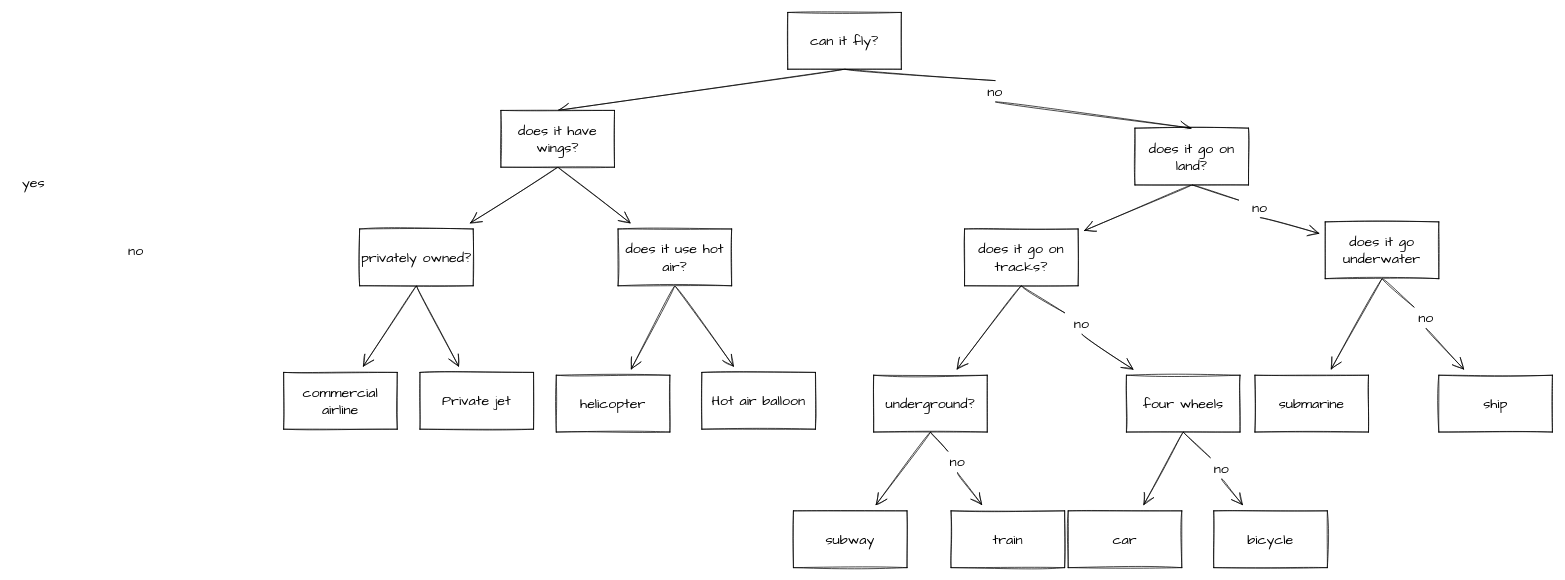
This is tree Diagram.drawio from dskleoshrw/get, a draw.io file, before an edit. Source tidied: cells renumbered, new cells numbered last; positions are measured from the earlier drawing's top-left corner, leaving out a move shared by most shapes. Both pictures are drawn from the tidied source at 71%, with x=0, y=0 at pixel (12, 12).
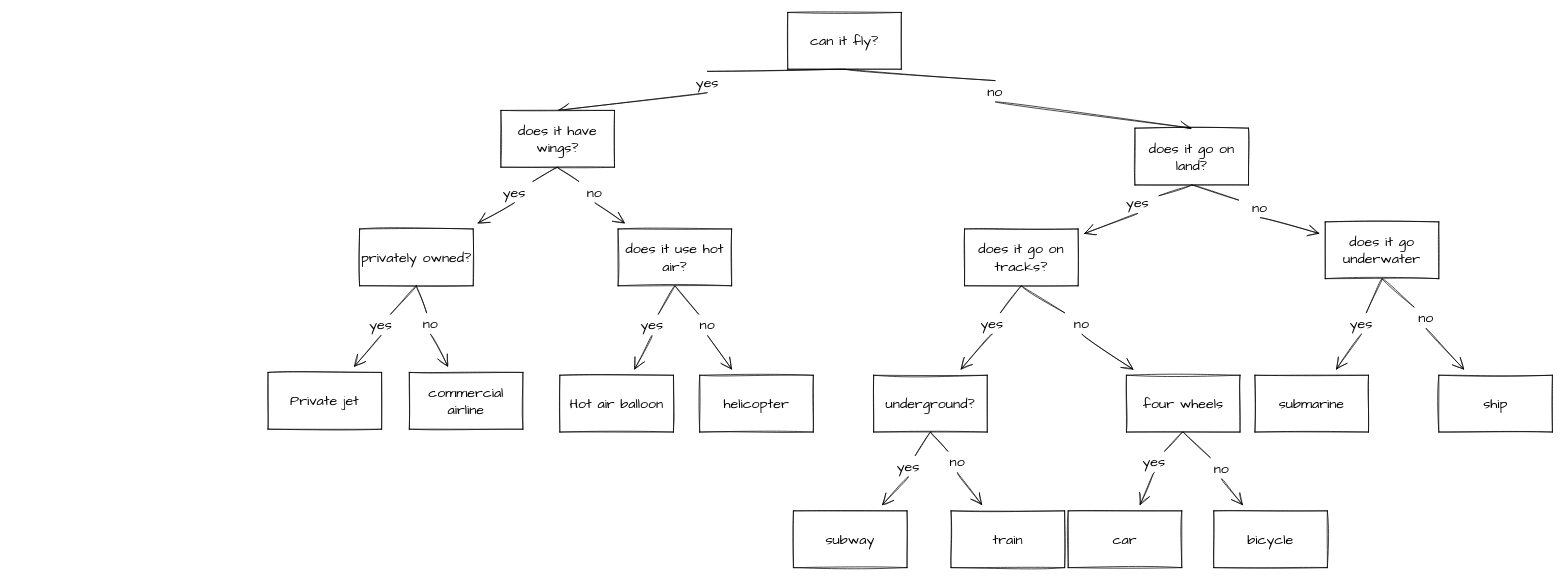
The same diagram, later.

Unchanged cells that the change refers to:
```xml
<mxCell id="4" value="can it fly?" style="rounded=0;whiteSpace=wrap;html=1;sketch=1;hachureGap=4;fontFamily=Architects Daughter;fontSize=20;" parent="1" vertex="1">
  <mxGeometry x="1092" width="160" height="80" as="geometry" />
</mxCell>
<mxCell id="7" value="does it go on land?" style="rounded=0;whiteSpace=wrap;html=1;sketch=1;hachureGap=4;fontFamily=Architects Daughter;fontSize=20;" parent="1" vertex="1">
  <mxGeometry x="1581" y="163" width="160" height="80" as="geometry" />
</mxCell>
<mxCell id="10" value="does it have wings?" style="rounded=0;whiteSpace=wrap;html=1;sketch=1;hachureGap=4;fontFamily=Architects Daughter;fontSize=20;" parent="1" vertex="1">
  <mxGeometry x="688" y="138" width="160" height="80" as="geometry" />
</mxCell>
<mxCell id="13" value="does it use hot air?" style="rounded=0;whiteSpace=wrap;html=1;sketch=1;hachureGap=4;fontFamily=Architects Daughter;fontSize=20;" parent="1" vertex="1">
  <mxGeometry x="853" y="305" width="160" height="80" as="geometry" />
</mxCell>
<mxCell id="18" value="privately owned?" style="rounded=0;whiteSpace=wrap;html=1;sketch=1;hachureGap=4;fontFamily=Architects Daughter;fontSize=20;" parent="1" vertex="1">
  <mxGeometry x="489" y="305" width="160" height="80" as="geometry" />
</mxCell>
<mxCell id="23" value="does it go underwater" style="rounded=0;whiteSpace=wrap;html=1;sketch=1;hachureGap=4;fontFamily=Architects Daughter;fontSize=20;" parent="1" vertex="1">
  <mxGeometry x="1849" y="295" width="160" height="80" as="geometry" />
</mxCell>
<mxCell id="25" value="submarine" style="rounded=0;whiteSpace=wrap;html=1;sketch=1;hachureGap=4;fontFamily=Architects Daughter;fontSize=20;" parent="1" vertex="1">
  <mxGeometry x="1750" y="511" width="160" height="80" as="geometry" />
</mxCell>
<mxCell id="28" value="does it go on tracks?" style="rounded=0;whiteSpace=wrap;html=1;sketch=1;hachureGap=4;fontFamily=Architects Daughter;fontSize=20;" parent="1" vertex="1">
  <mxGeometry x="1341" y="305" width="160" height="80" as="geometry" />
</mxCell>
<mxCell id="31" value="underground?" style="rounded=0;whiteSpace=wrap;html=1;sketch=1;hachureGap=4;fontFamily=Architects Daughter;fontSize=20;" parent="1" vertex="1">
  <mxGeometry x="1213" y="511" width="160" height="80" as="geometry" />
</mxCell>
<mxCell id="32" value="subway" style="rounded=0;whiteSpace=wrap;html=1;sketch=1;hachureGap=4;fontFamily=Architects Daughter;fontSize=20;" parent="1" vertex="1">
  <mxGeometry x="1100" y="702" width="160" height="80" as="geometry" />
</mxCell>
<mxCell id="36" value="four wheels" style="rounded=0;whiteSpace=wrap;html=1;sketch=1;hachureGap=4;fontFamily=Architects Daughter;fontSize=20;" parent="1" vertex="1">
  <mxGeometry x="1569" y="511" width="160" height="80" as="geometry" />
</mxCell>
<mxCell id="37" value="car" style="rounded=0;whiteSpace=wrap;html=1;sketch=1;hachureGap=4;fontFamily=Architects Daughter;fontSize=20;" parent="1" vertex="1">
  <mxGeometry x="1487" y="702" width="160" height="80" as="geometry" />
</mxCell>
```

Diff of the diagram source:
```diff
@@
-    <mxCell id="3" style="edgeStyle=none;curved=1;rounded=0;sketch=1;hachureGap=4;jettySize=auto;html=1;exitX=0.5;exitY=1;exitDx=0;exitDy=0;entryX=0.5;entryY=0;entryDx=0;entryDy=0;fontFamily=Architects Daughter;fontSize=16;endArrow=open;startSize=14;endSize=14;sourcePerimeterSpacing=8;targetPerimeterSpacing=8;" parent="1" edge="1" source="4" target="10">
+    <mxCell id="3" style="edgeStyle=none;curved=1;rounded=0;sketch=1;hachureGap=4;jettySize=auto;html=1;exitX=0.5;exitY=1;exitDx=0;exitDy=0;entryX=0.5;entryY=0;entryDx=0;entryDy=0;fontFamily=Architects Daughter;fontSize=16;endArrow=open;startSize=14;endSize=14;targetPerimeterSpacing=8;startArrow=none;" parent="1" edge="1" source="62" target="10">
       <mxGeometry relative="1" as="geometry" />
     </mxCell>
@@
-    <mxCell id="6" style="edgeStyle=none;curved=1;rounded=0;sketch=1;hachureGap=4;jettySize=auto;html=1;exitX=0.5;exitY=1;exitDx=0;exitDy=0;fontFamily=Architects Daughter;fontSize=16;endArrow=open;startSize=14;endSize=14;sourcePerimeterSpacing=8;targetPerimeterSpacing=8;" parent="1" edge="1" source="7" target="28">
+    <mxCell id="6" style="edgeStyle=none;curved=1;rounded=0;sketch=1;hachureGap=4;jettySize=auto;html=1;exitX=0.5;exitY=1;exitDx=0;exitDy=0;fontFamily=Architects Daughter;fontSize=16;endArrow=open;startSize=14;endSize=14;targetPerimeterSpacing=8;startArrow=none;" parent="1" edge="1" source="68" target="28">
       <mxGeometry relative="1" as="geometry" />
     </mxCell>
@@
-    <mxCell id="8" style="edgeStyle=none;curved=1;rounded=0;sketch=1;hachureGap=4;jettySize=auto;html=1;exitX=0.5;exitY=1;exitDx=0;exitDy=0;fontFamily=Architects Daughter;fontSize=16;endArrow=open;startSize=14;endSize=14;sourcePerimeterSpacing=8;targetPerimeterSpacing=8;" parent="1" edge="1" source="10" target="13">
+    <mxCell id="8" style="edgeStyle=none;curved=1;rounded=0;sketch=1;hachureGap=4;jettySize=auto;html=1;exitX=0.5;exitY=1;exitDx=0;exitDy=0;fontFamily=Architects Daughter;fontSize=16;endArrow=open;startSize=14;endSize=14;targetPerimeterSpacing=8;startArrow=none;" parent="1" edge="1" source="53" target="13">
       <mxGeometry relative="1" as="geometry" />
     </mxCell>
-    <mxCell id="9" style="edgeStyle=none;curved=1;rounded=0;sketch=1;hachureGap=4;jettySize=auto;html=1;exitX=0.5;exitY=1;exitDx=0;exitDy=0;fontFamily=Architects Daughter;fontSize=16;endArrow=open;startSize=14;endSize=14;sourcePerimeterSpacing=8;targetPerimeterSpacing=8;" parent="1" edge="1" source="10" target="18">
+    <mxCell id="9" style="edgeStyle=none;curved=1;rounded=0;sketch=1;hachureGap=4;jettySize=auto;html=1;exitX=0.5;exitY=1;exitDx=0;exitDy=0;fontFamily=Architects Daughter;fontSize=16;endArrow=open;startSize=14;endSize=14;targetPerimeterSpacing=8;startArrow=none;" parent="1" edge="1" source="60" target="18">
       <mxGeometry relative="1" as="geometry" />
     </mxCell>
@@
-    <mxCell id="11" style="edgeStyle=none;curved=1;rounded=0;sketch=1;hachureGap=4;jettySize=auto;html=1;exitX=0.5;exitY=1;exitDx=0;exitDy=0;fontFamily=Architects Daughter;fontSize=16;endArrow=open;startSize=14;endSize=14;sourcePerimeterSpacing=8;targetPerimeterSpacing=8;" parent="1" edge="1" source="13" target="14">
+    <mxCell id="11" style="edgeStyle=none;curved=1;rounded=0;sketch=1;hachureGap=4;jettySize=auto;html=1;exitX=0.5;exitY=1;exitDx=0;exitDy=0;fontFamily=Architects Daughter;fontSize=16;endArrow=open;startSize=14;endSize=14;targetPerimeterSpacing=8;startArrow=none;" parent="1" edge="1" source="64" target="14">
       <mxGeometry relative="1" as="geometry" />
     </mxCell>
-    <mxCell id="12" style="edgeStyle=none;curved=1;rounded=0;sketch=1;hachureGap=4;jettySize=auto;html=1;exitX=0.5;exitY=1;exitDx=0;exitDy=0;fontFamily=Architects Daughter;fontSize=16;endArrow=open;startSize=14;endSize=14;sourcePerimeterSpacing=8;targetPerimeterSpacing=8;" parent="1" edge="1" source="13" target="15">
+    <mxCell id="12" style="edgeStyle=none;curved=1;rounded=0;sketch=1;hachureGap=4;jettySize=auto;html=1;exitX=0.5;exitY=1;exitDx=0;exitDy=0;fontFamily=Architects Daughter;fontSize=16;endArrow=open;startSize=14;endSize=14;targetPerimeterSpacing=8;startArrow=none;" parent="1" edge="1" source="55" target="15">
       <mxGeometry relative="1" as="geometry" />
     </mxCell>
@@
     <mxCell id="14" value="Hot air balloon" style="rounded=0;whiteSpace=wrap;html=1;sketch=1;hachureGap=4;fontFamily=Architects Daughter;fontSize=20;" parent="1" vertex="1">
-      <mxGeometry x="971" y="507" width="160" height="80" as="geometry" />
+      <mxGeometry x="771" y="511" width="160" height="80" as="geometry" />
     </mxCell>
     <mxCell id="15" value="helicopter" style="rounded=0;whiteSpace=wrap;html=1;sketch=1;hachureGap=4;fontFamily=Architects Daughter;fontSize=20;" parent="1" vertex="1">
-      <mxGeometry x="766" y="511" width="160" height="80" as="geometry" />
+      <mxGeometry x="968" y="511" width="160" height="80" as="geometry" />
     </mxCell>
-    <mxCell id="16" style="edgeStyle=none;curved=1;rounded=0;sketch=1;hachureGap=4;jettySize=auto;html=1;exitX=0.5;exitY=1;exitDx=0;exitDy=0;fontFamily=Architects Daughter;fontSize=16;endArrow=open;startSize=14;endSize=14;sourcePerimeterSpacing=8;targetPerimeterSpacing=8;" parent="1" edge="1" source="18" target="19">
+    <mxCell id="16" style="edgeStyle=none;curved=1;rounded=0;sketch=1;hachureGap=4;jettySize=auto;html=1;exitX=0.5;exitY=1;exitDx=0;exitDy=0;fontFamily=Architects Daughter;fontSize=16;endArrow=open;startSize=14;endSize=14;targetPerimeterSpacing=8;startArrow=none;" parent="1" edge="1" source="48" target="19">
       <mxGeometry relative="1" as="geometry" />
     </mxCell>
-    <mxCell id="17" style="edgeStyle=none;curved=1;rounded=0;sketch=1;hachureGap=4;jettySize=auto;html=1;exitX=0.5;exitY=1;exitDx=0;exitDy=0;fontFamily=Architects Daughter;fontSize=16;endArrow=open;startSize=14;endSize=14;sourcePerimeterSpacing=8;targetPerimeterSpacing=8;" parent="1" edge="1" source="18" target="20">
+    <mxCell id="17" style="edgeStyle=none;curved=1;rounded=0;sketch=1;hachureGap=4;jettySize=auto;html=1;exitX=0.5;exitY=1;exitDx=0;exitDy=0;fontFamily=Architects Daughter;fontSize=16;endArrow=open;startSize=14;endSize=14;targetPerimeterSpacing=8;startArrow=none;" parent="1" edge="1" source="58" target="20">
       <mxGeometry relative="1" as="geometry" />
     </mxCell>
@@
     <mxCell id="19" value="commercial airline" style="rounded=0;whiteSpace=wrap;html=1;sketch=1;hachureGap=4;fontFamily=Architects Daughter;fontSize=20;" parent="1" vertex="1">
-      <mxGeometry x="382" y="507" width="160" height="80" as="geometry" />
+      <mxGeometry x="559" y="507" width="160" height="80" as="geometry" />
     </mxCell>
     <mxCell id="20" value="Private jet" style="rounded=0;whiteSpace=wrap;html=1;sketch=1;hachureGap=4;fontFamily=Architects Daughter;fontSize=20;" parent="1" vertex="1">
-      <mxGeometry x="574" y="507" width="160" height="80" as="geometry" />
+      <mxGeometry x="360" y="507" width="160" height="80" as="geometry" />
     </mxCell>
@@
-    <mxCell id="22" style="edgeStyle=none;curved=1;rounded=0;sketch=1;hachureGap=4;jettySize=auto;html=1;exitX=0.5;exitY=1;exitDx=0;exitDy=0;fontFamily=Architects Daughter;fontSize=16;endArrow=open;startSize=14;endSize=14;sourcePerimeterSpacing=8;targetPerimeterSpacing=8;" parent="1" edge="1" source="23" target="25">
+    <mxCell id="22" style="edgeStyle=none;curved=1;rounded=0;sketch=1;hachureGap=4;jettySize=auto;html=1;exitX=0.5;exitY=1;exitDx=0;exitDy=0;fontFamily=Architects Daughter;fontSize=16;endArrow=open;startSize=14;endSize=14;targetPerimeterSpacing=8;startArrow=none;" parent="1" edge="1" source="39" target="25">
       <mxGeometry relative="1" as="geometry" />
     </mxCell>
@@
-    <mxCell id="26" style="edgeStyle=none;curved=1;rounded=0;sketch=1;hachureGap=4;jettySize=auto;html=1;exitX=0.5;exitY=1;exitDx=0;exitDy=0;fontFamily=Architects Daughter;fontSize=16;endArrow=open;startSize=14;endSize=14;sourcePerimeterSpacing=8;targetPerimeterSpacing=8;" parent="1" edge="1" source="28" target="31">
+    <mxCell id="26" style="edgeStyle=none;curved=1;rounded=0;sketch=1;hachureGap=4;jettySize=auto;html=1;exitX=0.5;exitY=1;exitDx=0;exitDy=0;fontFamily=Architects Daughter;fontSize=16;endArrow=open;startSize=14;endSize=14;targetPerimeterSpacing=8;startArrow=none;" parent="1" edge="1" source="70" target="31">
       <mxGeometry relative="1" as="geometry" />
     </mxCell>
@@
-    <mxCell id="29" style="edgeStyle=none;curved=1;rounded=0;sketch=1;hachureGap=4;jettySize=auto;html=1;exitX=0.5;exitY=1;exitDx=0;exitDy=0;fontFamily=Architects Daughter;fontSize=16;endArrow=open;startSize=14;endSize=14;sourcePerimeterSpacing=8;targetPerimeterSpacing=8;" parent="1" edge="1" source="31" target="32">
+    <mxCell id="29" style="edgeStyle=none;curved=1;rounded=0;sketch=1;hachureGap=4;jettySize=auto;html=1;exitX=0.5;exitY=1;exitDx=0;exitDy=0;fontFamily=Architects Daughter;fontSize=16;endArrow=open;startSize=14;endSize=14;targetPerimeterSpacing=8;startArrow=none;" parent="1" edge="1" source="66" target="32">
       <mxGeometry relative="1" as="geometry" />
     </mxCell>
@@
-    <mxCell id="34" style="edgeStyle=none;curved=1;rounded=0;sketch=1;hachureGap=4;jettySize=auto;html=1;exitX=0.5;exitY=1;exitDx=0;exitDy=0;fontFamily=Architects Daughter;fontSize=16;endArrow=open;startSize=14;endSize=14;sourcePerimeterSpacing=8;targetPerimeterSpacing=8;" parent="1" edge="1" source="36" target="37">
+    <mxCell id="34" style="edgeStyle=none;curved=1;rounded=0;sketch=1;hachureGap=4;jettySize=auto;html=1;exitX=0.5;exitY=1;exitDx=0;exitDy=0;fontFamily=Architects Daughter;fontSize=16;endArrow=open;startSize=14;endSize=14;targetPerimeterSpacing=8;startArrow=none;" parent="1" edge="1" source="72" target="37">
       <mxGeometry relative="1" as="geometry" />
     </mxCell>
@@
-    <mxCell id="39" value="yes" style="text;strokeColor=none;fillColor=none;html=1;align=center;verticalAlign=middle;whiteSpace=wrap;rounded=0;sketch=1;hachureGap=4;fontFamily=Architects Daughter;fontSize=20;" parent="1" vertex="1">
-      <mxGeometry y="224" width="60" height="30" as="geometry" />
-    </mxCell>
@@
-    <mxCell id="48" value="no" style="text;strokeColor=none;fillColor=none;html=1;align=center;verticalAlign=middle;whiteSpace=wrap;rounded=0;sketch=1;hachureGap=4;fontFamily=Architects Daughter;fontSize=20;" parent="1" vertex="1">
-      <mxGeometry x="144" y="320" width="60" height="30" as="geometry" />
-    </mxCell>
@@
+    <mxCell id="53" value="no" style="text;strokeColor=none;fillColor=none;html=1;align=center;verticalAlign=middle;whiteSpace=wrap;rounded=0;sketch=1;hachureGap=4;fontFamily=Architects Daughter;fontSize=20;" parent="1" vertex="1">
+      <mxGeometry x="790" y="238" width="60" height="30" as="geometry" />
+    </mxCell>
+    <mxCell id="54" style="edgeStyle=none;curved=1;rounded=0;sketch=1;hachureGap=4;jettySize=auto;html=1;exitX=0.5;exitY=1;exitDx=0;exitDy=0;fontFamily=Architects Daughter;fontSize=16;endArrow=none;startSize=14;endSize=14;sourcePerimeterSpacing=8;" parent="1" edge="1" source="10" target="53">
+      <mxGeometry relative="1" as="geometry" />
+    </mxCell>
+    <mxCell id="55" value="no" style="text;strokeColor=none;fillColor=none;html=1;align=center;verticalAlign=middle;whiteSpace=wrap;rounded=0;sketch=1;hachureGap=4;fontFamily=Architects Daughter;fontSize=20;" parent="1" vertex="1">
+      <mxGeometry x="949" y="425" width="60" height="30" as="geometry" />
+    </mxCell>
+    <mxCell id="56" style="edgeStyle=none;curved=1;rounded=0;sketch=1;hachureGap=4;jettySize=auto;html=1;exitX=0.5;exitY=1;exitDx=0;exitDy=0;fontFamily=Architects Daughter;fontSize=16;endArrow=none;startSize=14;endSize=14;sourcePerimeterSpacing=8;" parent="1" edge="1" source="13" target="55">
+      <mxGeometry relative="1" as="geometry" />
+    </mxCell>
+    <mxCell id="48" value="no" style="text;strokeColor=none;fillColor=none;html=1;align=center;verticalAlign=middle;whiteSpace=wrap;rounded=0;sketch=1;hachureGap=4;fontFamily=Architects Daughter;fontSize=20;" parent="1" vertex="1">
+      <mxGeometry x="559" y="423" width="60" height="30" as="geometry" />
+    </mxCell>
+    <mxCell id="57" style="edgeStyle=none;curved=1;rounded=0;sketch=1;hachureGap=4;jettySize=auto;html=1;exitX=0.5;exitY=1;exitDx=0;exitDy=0;fontFamily=Architects Daughter;fontSize=16;endArrow=none;startSize=14;endSize=14;sourcePerimeterSpacing=8;" parent="1" edge="1" source="18" target="48">
+      <mxGeometry relative="1" as="geometry" />
+    </mxCell>
+    <mxCell id="58" value="yes" style="text;strokeColor=none;fillColor=none;html=1;align=center;verticalAlign=middle;whiteSpace=wrap;rounded=0;sketch=1;hachureGap=4;fontFamily=Architects Daughter;fontSize=20;" parent="1" vertex="1">
+      <mxGeometry x="489" y="425" width="60" height="30" as="geometry" />
+    </mxCell>
+    <mxCell id="59" style="edgeStyle=none;curved=1;rounded=0;sketch=1;hachureGap=4;jettySize=auto;html=1;exitX=0.5;exitY=1;exitDx=0;exitDy=0;fontFamily=Architects Daughter;fontSize=16;endArrow=none;startSize=14;endSize=14;sourcePerimeterSpacing=8;" parent="1" edge="1" source="18" target="58">
+      <mxGeometry relative="1" as="geometry" />
+    </mxCell>
+    <mxCell id="60" value="yes" style="text;strokeColor=none;fillColor=none;html=1;align=center;verticalAlign=middle;whiteSpace=wrap;rounded=0;sketch=1;hachureGap=4;fontFamily=Architects Daughter;fontSize=20;" parent="1" vertex="1">
+      <mxGeometry x="677" y="238" width="60" height="30" as="geometry" />
+    </mxCell>
+    <mxCell id="61" style="edgeStyle=none;curved=1;rounded=0;sketch=1;hachureGap=4;jettySize=auto;html=1;exitX=0.5;exitY=1;exitDx=0;exitDy=0;fontFamily=Architects Daughter;fontSize=16;endArrow=none;startSize=14;endSize=14;sourcePerimeterSpacing=8;" parent="1" edge="1" source="10" target="60">
+      <mxGeometry relative="1" as="geometry" />
+    </mxCell>
+    <mxCell id="62" value="yes" style="text;strokeColor=none;fillColor=none;html=1;align=center;verticalAlign=middle;whiteSpace=wrap;rounded=0;sketch=1;hachureGap=4;fontFamily=Architects Daughter;fontSize=20;" parent="1" vertex="1">
+      <mxGeometry x="949" y="83" width="60" height="30" as="geometry" />
+    </mxCell>
+    <mxCell id="63" style="edgeStyle=none;curved=1;rounded=0;sketch=1;hachureGap=4;jettySize=auto;html=1;exitX=0.5;exitY=1;exitDx=0;exitDy=0;entryX=0.5;entryY=0;entryDx=0;entryDy=0;fontFamily=Architects Daughter;fontSize=16;endArrow=none;startSize=14;endSize=14;sourcePerimeterSpacing=8;" parent="1" edge="1" source="4" target="62">
+      <mxGeometry relative="1" as="geometry" />
+    </mxCell>
+    <mxCell id="64" value="yes" style="text;strokeColor=none;fillColor=none;html=1;align=center;verticalAlign=middle;whiteSpace=wrap;rounded=0;sketch=1;hachureGap=4;fontFamily=Architects Daughter;fontSize=20;" parent="1" vertex="1">
+      <mxGeometry x="871" y="425" width="60" height="30" as="geometry" />
+    </mxCell>
+    <mxCell id="65" style="edgeStyle=none;curved=1;rounded=0;sketch=1;hachureGap=4;jettySize=auto;html=1;exitX=0.5;exitY=1;exitDx=0;exitDy=0;fontFamily=Architects Daughter;fontSize=16;endArrow=none;startSize=14;endSize=14;sourcePerimeterSpacing=8;" parent="1" edge="1" source="13" target="64">
+      <mxGeometry relative="1" as="geometry" />
+    </mxCell>
+    <mxCell id="66" value="yes" style="text;strokeColor=none;fillColor=none;html=1;align=center;verticalAlign=middle;whiteSpace=wrap;rounded=0;sketch=1;hachureGap=4;fontFamily=Architects Daughter;fontSize=20;" parent="1" vertex="1">
+      <mxGeometry x="1232" y="624" width="60" height="30" as="geometry" />
+    </mxCell>
+    <mxCell id="67" style="edgeStyle=none;curved=1;rounded=0;sketch=1;hachureGap=4;jettySize=auto;html=1;exitX=0.5;exitY=1;exitDx=0;exitDy=0;fontFamily=Architects Daughter;fontSize=16;endArrow=none;startSize=14;endSize=14;sourcePerimeterSpacing=8;" parent="1" edge="1" source="31" target="66">
+      <mxGeometry relative="1" as="geometry" />
+    </mxCell>
+    <mxCell id="68" value="yes" style="text;strokeColor=none;fillColor=none;html=1;align=center;verticalAlign=middle;whiteSpace=wrap;rounded=0;sketch=1;hachureGap=4;fontFamily=Architects Daughter;fontSize=20;" parent="1" vertex="1">
+      <mxGeometry x="1555" y="253" width="60" height="30" as="geometry" />
+    </mxCell>
+    <mxCell id="69" style="edgeStyle=none;curved=1;rounded=0;sketch=1;hachureGap=4;jettySize=auto;html=1;exitX=0.5;exitY=1;exitDx=0;exitDy=0;fontFamily=Architects Daughter;fontSize=16;endArrow=none;startSize=14;endSize=14;sourcePerimeterSpacing=8;" parent="1" edge="1" source="7" target="68">
+      <mxGeometry relative="1" as="geometry" />
+    </mxCell>
+    <mxCell id="70" value="yes" style="text;strokeColor=none;fillColor=none;html=1;align=center;verticalAlign=middle;whiteSpace=wrap;rounded=0;sketch=1;hachureGap=4;fontFamily=Architects Daughter;fontSize=20;" parent="1" vertex="1">
+      <mxGeometry x="1350" y="423" width="60" height="30" as="geometry" />
+    </mxCell>
+    <mxCell id="71" style="edgeStyle=none;curved=1;rounded=0;sketch=1;hachureGap=4;jettySize=auto;html=1;exitX=0.5;exitY=1;exitDx=0;exitDy=0;fontFamily=Architects Daughter;fontSize=16;endArrow=none;startSize=14;endSize=14;sourcePerimeterSpacing=8;" parent="1" edge="1" source="28" target="70">
+      <mxGeometry relative="1" as="geometry" />
+    </mxCell>
+    <mxCell id="72" value="yes" style="text;strokeColor=none;fillColor=none;html=1;align=center;verticalAlign=middle;whiteSpace=wrap;rounded=0;sketch=1;hachureGap=4;fontFamily=Architects Daughter;fontSize=20;" parent="1" vertex="1">
+      <mxGeometry x="1578" y="618" width="60" height="30" as="geometry" />
+    </mxCell>
+    <mxCell id="73" style="edgeStyle=none;curved=1;rounded=0;sketch=1;hachureGap=4;jettySize=auto;html=1;exitX=0.5;exitY=1;exitDx=0;exitDy=0;fontFamily=Architects Daughter;fontSize=16;endArrow=none;startSize=14;endSize=14;sourcePerimeterSpacing=8;" parent="1" edge="1" source="36" target="72">
+      <mxGeometry relative="1" as="geometry" />
+    </mxCell>
+    <mxCell id="39" value="yes" style="text;strokeColor=none;fillColor=none;html=1;align=center;verticalAlign=middle;whiteSpace=wrap;rounded=0;sketch=1;hachureGap=4;fontFamily=Architects Daughter;fontSize=20;" parent="1" vertex="1">
+      <mxGeometry x="1870" y="423" width="60" height="30" as="geometry" />
+    </mxCell>
+    <mxCell id="74" style="edgeStyle=none;curved=1;rounded=0;sketch=1;hachureGap=4;jettySize=auto;html=1;exitX=0.5;exitY=1;exitDx=0;exitDy=0;fontFamily=Architects Daughter;fontSize=16;endArrow=none;startSize=14;endSize=14;sourcePerimeterSpacing=8;" parent="1" edge="1" source="23" target="39">
+      <mxGeometry relative="1" as="geometry" />
+    </mxCell>
```
